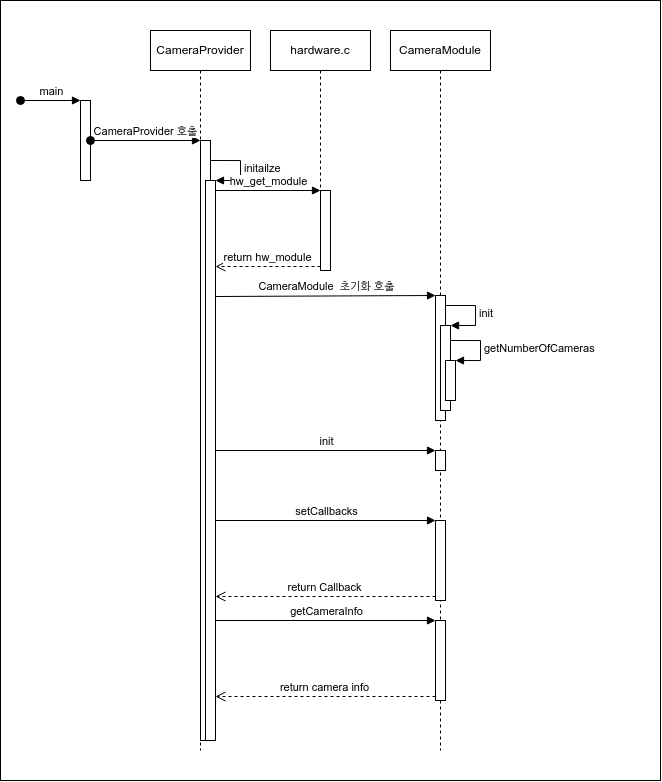
The draw.io diagram images/CAMERA_04.png in lchy0113/tcc_develop, before a commit. Source tidied: cells renumbered, new cells last; positions are measured from the earlier drawing's top-left corner, leaving out a move shared by most shapes. Its diagram source:
```xml
<mxGraphModel>
  <root>
    <mxCell id="0" />
    <mxCell id="1" parent="0" />
    <mxCell id="2" value="service.cpp" style="shape=umlLifeline;perimeter=lifelinePerimeter;whiteSpace=wrap;html=1;" parent="1" vertex="1">
      <mxGeometry x="30" y="30" width="630" height="750" as="geometry" />
    </mxCell>
    <mxCell id="3" style="rounded=0;whiteSpace=wrap;html=1;" parent="2" vertex="1">
      <mxGeometry x="-30" y="-30" width="660" height="780" as="geometry" />
    </mxCell>
    <mxCell id="4" style="html=1;points=[];perimeter=orthogonalPerimeter;" parent="2" vertex="1">
      <mxGeometry x="50" y="70" width="10" height="80" as="geometry" />
    </mxCell>
    <mxCell id="5" value="main" style="html=1;verticalAlign=bottom;startArrow=oval;endArrow=block;startSize=8;rounded=0;" parent="2" edge="1" target="4">
      <mxGeometry relative="1" as="geometry">
        <mxPoint x="-10" y="70" as="sourcePoint" />
      </mxGeometry>
    </mxCell>
    <mxCell id="6" value="CameraModule" style="shape=umlLifeline;perimeter=lifelinePerimeter;whiteSpace=wrap;html=1;" parent="1" vertex="1">
      <mxGeometry x="390" y="30" width="100" height="720" as="geometry" />
    </mxCell>
    <mxCell id="7" style="html=1;points=[];perimeter=orthogonalPerimeter;" parent="6" vertex="1">
      <mxGeometry x="45" y="265" width="10" height="125" as="geometry" />
    </mxCell>
    <mxCell id="8" style="html=1;points=[];perimeter=orthogonalPerimeter;" parent="6" vertex="1">
      <mxGeometry x="50" y="295" width="10" height="85" as="geometry" />
    </mxCell>
    <mxCell id="9" value="init" style="edgeStyle=orthogonalEdgeStyle;html=1;align=left;spacingLeft=2;endArrow=block;rounded=0;entryX=1;entryY=0;" parent="6" edge="1" target="8">
      <mxGeometry relative="1" as="geometry">
        <mxPoint x="55" y="275" as="sourcePoint" />
        <Array as="points">
          <mxPoint x="85" y="275" />
        </Array>
      </mxGeometry>
    </mxCell>
    <mxCell id="10" style="html=1;points=[];perimeter=orthogonalPerimeter;" parent="6" vertex="1">
      <mxGeometry x="55" y="330" width="10" height="40" as="geometry" />
    </mxCell>
    <mxCell id="11" value="getNumberOfCameras" style="edgeStyle=orthogonalEdgeStyle;html=1;align=left;spacingLeft=2;endArrow=block;rounded=0;entryX=1;entryY=0;" parent="6" edge="1" target="10">
      <mxGeometry relative="1" as="geometry">
        <mxPoint x="60" y="310" as="sourcePoint" />
        <Array as="points">
          <mxPoint x="90" y="310" />
        </Array>
      </mxGeometry>
    </mxCell>
    <mxCell id="12" style="html=1;points=[];perimeter=orthogonalPerimeter;" parent="6" vertex="1">
      <mxGeometry x="45" y="420" width="10" height="20" as="geometry" />
    </mxCell>
    <mxCell id="13" style="html=1;points=[];perimeter=orthogonalPerimeter;" parent="6" vertex="1">
      <mxGeometry x="45" y="490" width="10" height="80" as="geometry" />
    </mxCell>
    <mxCell id="14" style="html=1;points=[];perimeter=orthogonalPerimeter;" parent="6" vertex="1">
      <mxGeometry x="45" y="590" width="10" height="80" as="geometry" />
    </mxCell>
    <mxCell id="15" value="hardware.c" style="shape=umlLifeline;perimeter=lifelinePerimeter;whiteSpace=wrap;html=1;" parent="1" vertex="1">
      <mxGeometry x="270" y="30" width="100" height="240" as="geometry" />
    </mxCell>
    <mxCell id="16" style="html=1;points=[];perimeter=orthogonalPerimeter;" parent="15" vertex="1">
      <mxGeometry x="50" y="160" width="10" height="80" as="geometry" />
    </mxCell>
    <mxCell id="17" value="CameraProvider" style="shape=umlLifeline;perimeter=lifelinePerimeter;whiteSpace=wrap;html=1;" parent="1" vertex="1">
      <mxGeometry x="150" y="30" width="100" height="720" as="geometry" />
    </mxCell>
    <mxCell id="18" style="html=1;points=[];perimeter=orthogonalPerimeter;" parent="17" vertex="1">
      <mxGeometry x="50" y="110" width="10" height="600" as="geometry" />
    </mxCell>
    <mxCell id="19" style="html=1;points=[];perimeter=orthogonalPerimeter;" parent="17" vertex="1">
      <mxGeometry x="55" y="150" width="10" height="560" as="geometry" />
    </mxCell>
    <mxCell id="20" value="initailze" style="edgeStyle=orthogonalEdgeStyle;html=1;align=left;spacingLeft=2;endArrow=block;rounded=0;entryX=1;entryY=0;" parent="17" edge="1" target="19">
      <mxGeometry relative="1" as="geometry">
        <mxPoint x="60" y="130" as="sourcePoint" />
        <Array as="points">
          <mxPoint x="90" y="130" />
        </Array>
      </mxGeometry>
    </mxCell>
    <mxCell id="21" value="CameraProvider 호출" style="html=1;verticalAlign=bottom;startArrow=oval;endArrow=block;startSize=8;rounded=0;" parent="1" edge="1" source="4" target="18">
      <mxGeometry relative="1" as="geometry" />
    </mxCell>
    <mxCell id="22" value="hw_get_module" style="html=1;verticalAlign=bottom;endArrow=block;entryX=0;entryY=0;rounded=0;" parent="1" edge="1" source="19" target="16">
      <mxGeometry relative="1" as="geometry" />
    </mxCell>
    <mxCell id="23" value="return hw_module" style="html=1;verticalAlign=bottom;endArrow=open;dashed=1;endSize=8;exitX=0;exitY=0.95;rounded=0;" parent="1" edge="1" source="16" target="19">
      <mxGeometry relative="1" as="geometry" />
    </mxCell>
    <mxCell id="24" value="CameraModule&amp;nbsp; 초기화 호출" style="html=1;verticalAlign=bottom;endArrow=block;entryX=0;entryY=0;rounded=0;" parent="1" edge="1" target="7">
      <mxGeometry relative="1" as="geometry">
        <mxPoint x="215" y="296" as="sourcePoint" />
      </mxGeometry>
    </mxCell>
    <mxCell id="25" value="init" style="html=1;verticalAlign=bottom;endArrow=block;entryX=0;entryY=0;rounded=0;" parent="1" edge="1" source="19" target="12">
      <mxGeometry relative="1" as="geometry" />
    </mxCell>
    <mxCell id="26" value="setCallbacks" style="html=1;verticalAlign=bottom;endArrow=block;entryX=0;entryY=0;rounded=0;" parent="1" edge="1" source="19" target="13">
      <mxGeometry relative="1" as="geometry" />
    </mxCell>
    <mxCell id="27" value="return Callback" style="html=1;verticalAlign=bottom;endArrow=open;dashed=1;endSize=8;exitX=0;exitY=0.95;rounded=0;" parent="1" edge="1" source="13" target="19">
      <mxGeometry relative="1" as="geometry" />
    </mxCell>
    <mxCell id="28" value="getCameraInfo" style="html=1;verticalAlign=bottom;endArrow=block;entryX=0;entryY=0;rounded=0;" parent="1" edge="1" source="19" target="14">
      <mxGeometry relative="1" as="geometry" />
    </mxCell>
    <mxCell id="29" value="return camera info" style="html=1;verticalAlign=bottom;endArrow=open;dashed=1;endSize=8;exitX=0;exitY=0.95;rounded=0;" parent="1" edge="1" source="14" target="19">
      <mxGeometry relative="1" as="geometry" />
    </mxCell>
  </root>
</mxGraphModel>
```
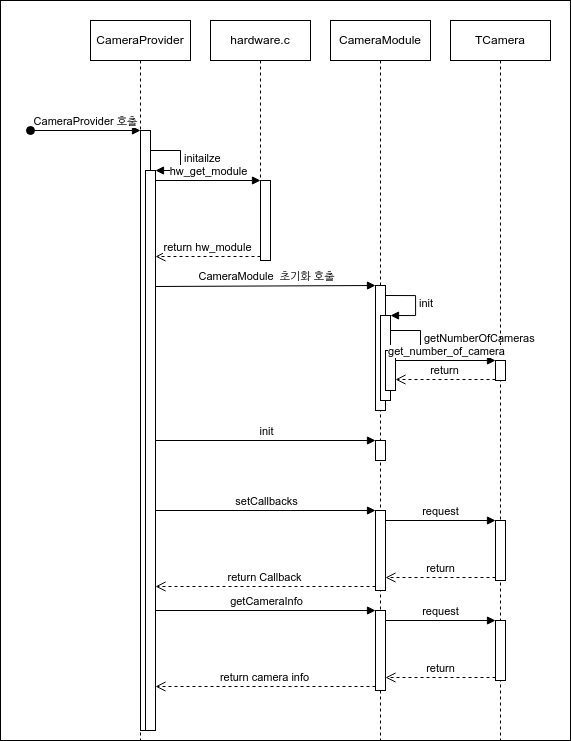
The same diagram one commit later.

Change to the diagram source:
```diff
@@ -2,20 +2,9 @@
   <root>
     <mxCell id="0" />
     <mxCell id="1" parent="0" />
-    <mxCell id="2" value="service.cpp" style="shape=umlLifeline;perimeter=lifelinePerimeter;whiteSpace=wrap;html=1;" parent="1" vertex="1">
-      <mxGeometry x="30" y="30" width="630" height="750" as="geometry" />
-    </mxCell>
-    <mxCell id="3" style="rounded=0;whiteSpace=wrap;html=1;" parent="2" vertex="1">
-      <mxGeometry x="-30" y="-30" width="660" height="780" as="geometry" />
-    </mxCell>
-    <mxCell id="4" style="html=1;points=[];perimeter=orthogonalPerimeter;" parent="2" vertex="1">
-      <mxGeometry x="50" y="70" width="10" height="80" as="geometry" />
-    </mxCell>
-    <mxCell id="5" value="main" style="html=1;verticalAlign=bottom;startArrow=oval;endArrow=block;startSize=8;rounded=0;" parent="2" edge="1" target="4">
-      <mxGeometry relative="1" as="geometry">
-        <mxPoint x="-10" y="70" as="sourcePoint" />
-      </mxGeometry>
-    </mxCell>
+    <mxCell id="30" style="rounded=0;whiteSpace=wrap;html=1;" parent="1" vertex="1">
+      <mxGeometry x="60" y="10" width="570" height="740" as="geometry" />
+    </mxCell>
     <mxCell id="6" value="CameraModule" style="shape=umlLifeline;perimeter=lifelinePerimeter;whiteSpace=wrap;html=1;" parent="1" vertex="1">
       <mxGeometry x="390" y="30" width="100" height="720" as="geometry" />
     </mxCell>
@@ -76,8 +65,10 @@
         </Array>
       </mxGeometry>
     </mxCell>
-    <mxCell id="21" value="CameraProvider 호출" style="html=1;verticalAlign=bottom;startArrow=oval;endArrow=block;startSize=8;rounded=0;" parent="1" edge="1" source="4" target="18">
-      <mxGeometry relative="1" as="geometry" />
+    <mxCell id="21" value="CameraProvider 호출" style="html=1;verticalAlign=bottom;startArrow=oval;endArrow=block;startSize=8;rounded=0;" parent="1" edge="1" target="18">
+      <mxGeometry relative="1" as="geometry">
+        <mxPoint x="90" y="140" as="sourcePoint" />
+      </mxGeometry>
     </mxCell>
     <mxCell id="22" value="hw_get_module" style="html=1;verticalAlign=bottom;endArrow=block;entryX=0;entryY=0;rounded=0;" parent="1" edge="1" source="19" target="16">
       <mxGeometry relative="1" as="geometry" />
@@ -105,5 +96,35 @@
     <mxCell id="29" value="return camera info" style="html=1;verticalAlign=bottom;endArrow=open;dashed=1;endSize=8;exitX=0;exitY=0.95;rounded=0;" parent="1" edge="1" source="14" target="19">
       <mxGeometry relative="1" as="geometry" />
     </mxCell>
+    <mxCell id="31" value="TCamera" style="shape=umlLifeline;perimeter=lifelinePerimeter;whiteSpace=wrap;html=1;" parent="1" vertex="1">
+      <mxGeometry x="510" y="30" width="100" height="720" as="geometry" />
+    </mxCell>
+    <mxCell id="32" style="html=1;points=[];perimeter=orthogonalPerimeter;" parent="31" vertex="1">
+      <mxGeometry x="45" y="340" width="10" height="20" as="geometry" />
+    </mxCell>
+    <mxCell id="33" style="html=1;points=[];perimeter=orthogonalPerimeter;" parent="31" vertex="1">
+      <mxGeometry x="45" y="500" width="10" height="60" as="geometry" />
+    </mxCell>
+    <mxCell id="34" style="html=1;points=[];perimeter=orthogonalPerimeter;" parent="31" vertex="1">
+      <mxGeometry x="45" y="600" width="10" height="60" as="geometry" />
+    </mxCell>
+    <mxCell id="35" value="get_number_of_camera" style="html=1;verticalAlign=bottom;endArrow=block;entryX=0;entryY=0;rounded=0;" parent="1" edge="1" source="10" target="32">
+      <mxGeometry relative="1" as="geometry" />
+    </mxCell>
+    <mxCell id="36" value="return" style="html=1;verticalAlign=bottom;endArrow=open;dashed=1;endSize=8;exitX=0;exitY=0.95;rounded=0;" parent="1" edge="1" source="32" target="10">
+      <mxGeometry relative="1" as="geometry" />
+    </mxCell>
+    <mxCell id="37" value="request" style="html=1;verticalAlign=bottom;endArrow=block;entryX=0;entryY=0;rounded=0;" parent="1" edge="1" source="13" target="33">
+      <mxGeometry relative="1" as="geometry" />
+    </mxCell>
+    <mxCell id="38" value="return" style="html=1;verticalAlign=bottom;endArrow=open;dashed=1;endSize=8;exitX=0;exitY=0.95;rounded=0;" parent="1" edge="1" source="33" target="13">
+      <mxGeometry relative="1" as="geometry" />
+    </mxCell>
+    <mxCell id="39" value="request" style="html=1;verticalAlign=bottom;endArrow=block;entryX=0;entryY=0;rounded=0;" parent="1" edge="1" source="14" target="34">
+      <mxGeometry relative="1" as="geometry" />
+    </mxCell>
+    <mxCell id="40" value="return" style="html=1;verticalAlign=bottom;endArrow=open;dashed=1;endSize=8;exitX=0;exitY=0.95;rounded=0;" parent="1" edge="1" source="34" target="14">
+      <mxGeometry relative="1" as="geometry" />
+    </mxCell>
   </root>
 </mxGraphModel>
```
